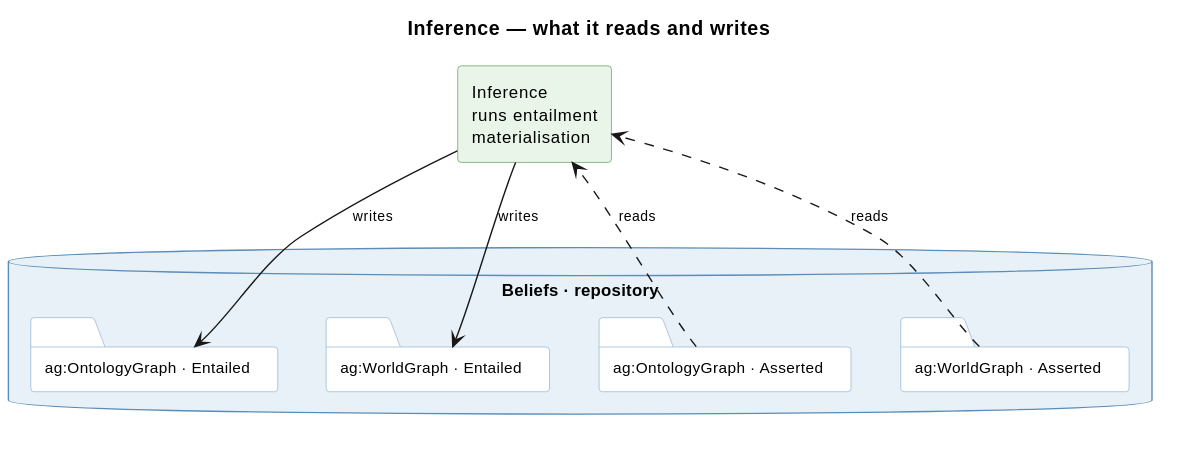
Above: knowledge/diagrams/service-inference.svg in ShishkinDmitriy/orexis (PlantUML), before the change.
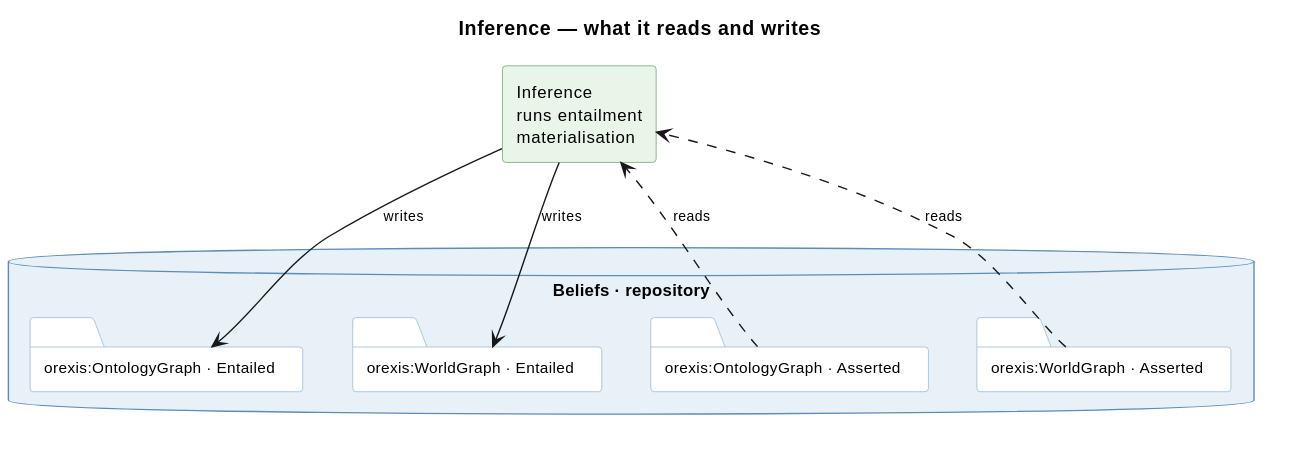
Above is the later version.

The edit, as a diff of the source:
```diff
@@ -22,10 +22,10 @@
 
 
 database "Beliefs · repository" as BEL {
-  folder "ag:OntologyGraph · Asserted" as OA
-  folder "ag:WorldGraph · Asserted" as WA
-  folder "ag:OntologyGraph · Entailed" as OE
-  folder "ag:WorldGraph · Entailed" as WE
+  folder "orexis:OntologyGraph · Asserted" as OA
+  folder "orexis:WorldGraph · Asserted" as WA
+  folder "orexis:OntologyGraph · Entailed" as OE
+  folder "orexis:WorldGraph · Entailed" as WE
 }
 
 component "Inference\nruns entailment\nmaterialisation" as INF
```
